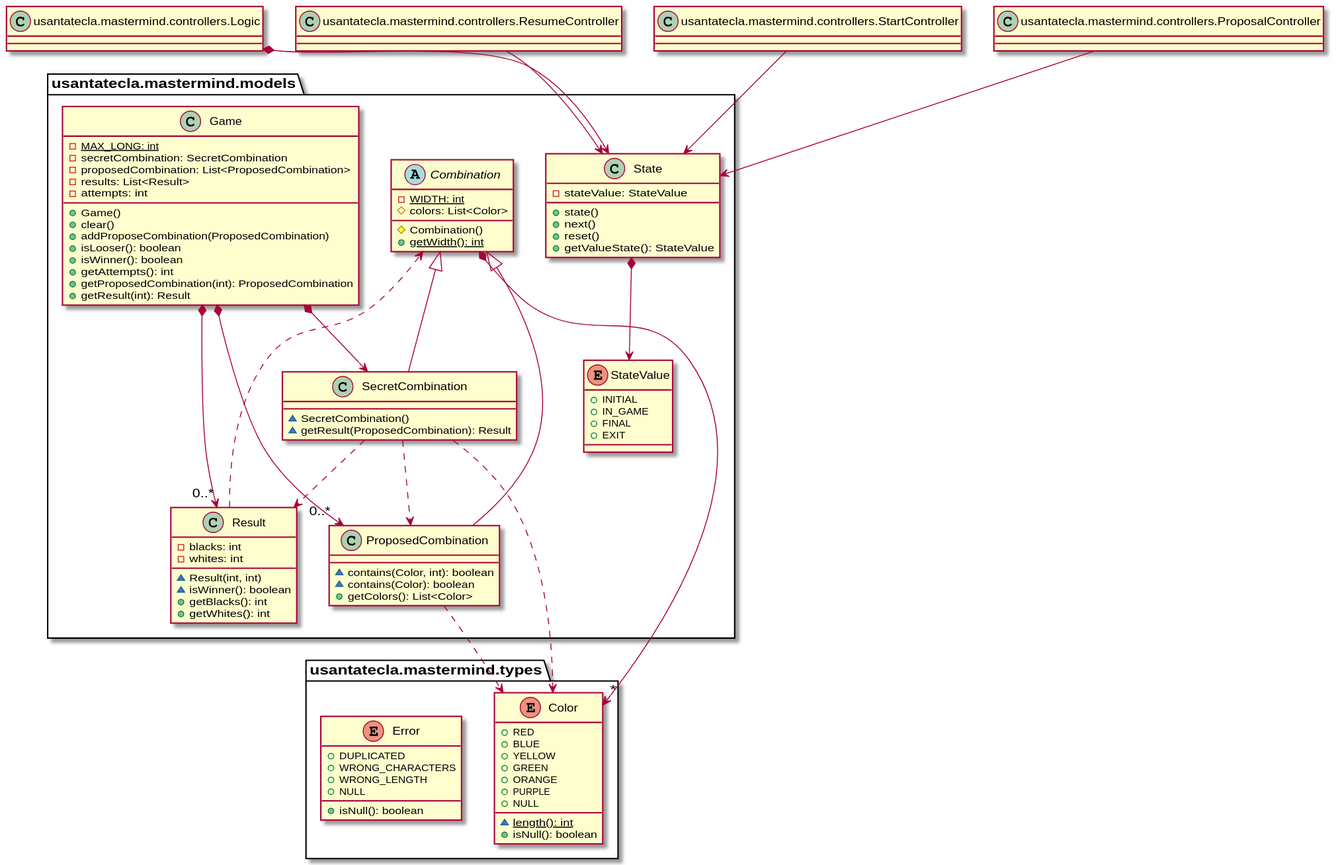
Above: modelViewPresenter/presentationModel/withoutDoubleDispatching/docs/diagrams/out/paquetes/usantatecla.mastermind.models.svg in SantaTecla-mastermind/solution.java.swing.socket.sql (PlantUML), before the change. Source of this version:
```plantuml
@startuml
class Logic as "usantatecla.mastermind.controllers.Logic" {


}

class ResumeController as "usantatecla.mastermind.controllers.ResumeController" {


}

class StartController as "usantatecla.mastermind.controllers.StartController" {


}

class ProposalController as "usantatecla.mastermind.controllers.ProposalController" {


}

class usantatecla.mastermind.models.State {
    - stateValue: StateValue
    + state()
    + next()
    + reset()
    + getValueState(): StateValue
}

enum usantatecla.mastermind.models.StateValue {
    + INITIAL
    + IN_GAME
    + FINAL
    + EXIT
}

abstract class usantatecla.mastermind.models.Combination {
- {static} WIDTH: int
# colors: List<Color>
# Combination()
+ {static} getWidth(): int
}
usantatecla.mastermind.models.Combination *-down-> "*" usantatecla.mastermind.types.Color
usantatecla.mastermind.models.State *-down-> usantatecla.mastermind.models.StateValue
Logic *-down-> usantatecla.mastermind.models.State
ProposalController -down-> usantatecla.mastermind.models.State
ResumeController -down-> usantatecla.mastermind.models.State
StartController -down-> usantatecla.mastermind.models.State

class usantatecla.mastermind.models.Game {
- {static} MAX_LONG: int
- secretCombination: SecretCombination
- proposedCombination: List<ProposedCombination>
- results: List<Result>
- attempts: int
+ Game()
+ clear()
+ addProposeCombination(ProposedCombination)
+ isLooser(): boolean
+ isWinner(): boolean
+ getAttempts(): int
+ getProposedCombination(int): ProposedCombination
+ getResult(int): Result
}
usantatecla.mastermind.models.Game *-down-> usantatecla.mastermind.models.SecretCombination
usantatecla.mastermind.models.Game *-down-> "0..*" usantatecla.mastermind.models.Result
usantatecla.mastermind.models.Game *-down-> "0..*" usantatecla.mastermind.models.ProposedCombination

class usantatecla.mastermind.models.ProposedCombination {
~ contains(Color, int): boolean
~ contains(Color): boolean
+ getColors(): List<Color>
}
usantatecla.mastermind.models.Combination <|-down- usantatecla.mastermind.models.ProposedCombination
usantatecla.mastermind.models.ProposedCombination ..> usantatecla.mastermind.types.Color

class usantatecla.mastermind.models.SecretCombination {
~ SecretCombination()
~ getResult(ProposedCombination): Result
}
usantatecla.mastermind.models.Combination <|-down- usantatecla.mastermind.models.SecretCombination
usantatecla.mastermind.models.SecretCombination ..> usantatecla.mastermind.models.Result
usantatecla.mastermind.models.SecretCombination ..> usantatecla.mastermind.models.ProposedCombination
usantatecla.mastermind.models.SecretCombination ..> usantatecla.mastermind.types.Color

class usantatecla.mastermind.models.Result {
- blacks: int
- whites: int
~ Result(int, int)
~ isWinner(): boolean
+ getBlacks(): int
+ getWhites(): int
}

usantatecla.mastermind.models.Result -down..> usantatecla.mastermind.models.Combination

enum usantatecla.mastermind.types.Color {
+ RED
+ BLUE
+ YELLOW
+ GREEN
+ ORANGE
+ PURPLE
+ NULL
~ {static} length(): int
+ isNull(): boolean
}

enum usantatecla.mastermind.types.Error {
+ DUPLICATED
+ WRONG_CHARACTERS
+ WRONG_LENGTH
+ NULL
+ isNull(): boolean
}
@enduml
```
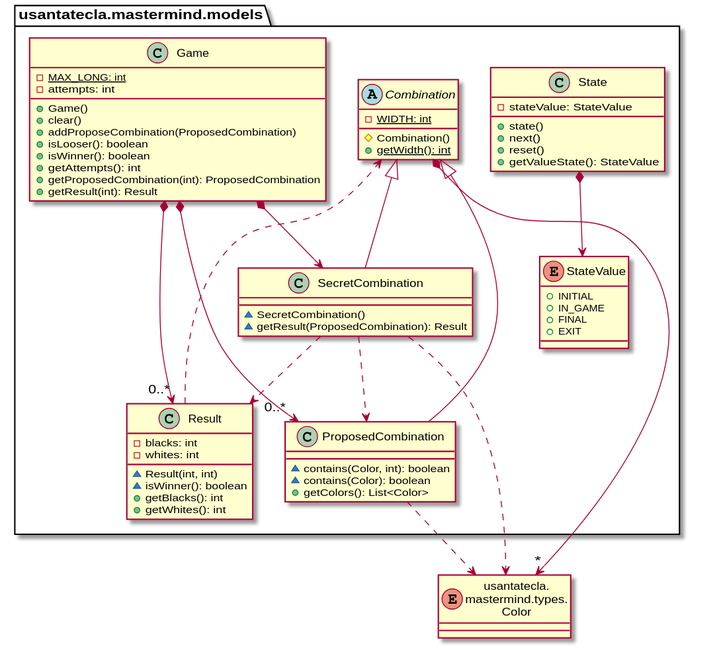
Later version of the same file.

The edit, as a diff of the source:
```diff
@@ -1,23 +1,5 @@
 @startuml
-class Logic as "usantatecla.mastermind.controllers.Logic" {
-
-
-}
-
-class ResumeController as "usantatecla.mastermind.controllers.ResumeController" {
-
-
-}
-
-class StartController as "usantatecla.mastermind.controllers.StartController" {
-
-
-}
-
-class ProposalController as "usantatecla.mastermind.controllers.ProposalController" {
-
-
-}
+enum Color as "usantatecla.\nmastermind.types.\nColor"
 
 class usantatecla.mastermind.models.State {
     - stateValue: StateValue
@@ -26,6 +8,7 @@
     + reset()
     + getValueState(): StateValue
 }
+usantatecla.mastermind.models.State *-down-> usantatecla.mastermind.models.StateValue
 
 enum usantatecla.mastermind.models.StateValue {
     + INITIAL
@@ -35,82 +18,52 @@
 }
 
 abstract class usantatecla.mastermind.models.Combination {
-- {static} WIDTH: int
-# colors: List<Color>
-# Combination()
-+ {static} getWidth(): int
+    - {static} WIDTH: int
+    # Combination()
+    + {static} getWidth(): int
 }
-usantatecla.mastermind.models.Combination *-down-> "*" usantatecla.mastermind.types.Color
-usantatecla.mastermind.models.State *-down-> usantatecla.mastermind.models.StateValue
-Logic *-down-> usantatecla.mastermind.models.State
-ProposalController -down-> usantatecla.mastermind.models.State
-ResumeController -down-> usantatecla.mastermind.models.State
-StartController -down-> usantatecla.mastermind.models.State
+usantatecla.mastermind.models.Combination *-down-> "*" Color
 
 class usantatecla.mastermind.models.Game {
-- {static} MAX_LONG: int
-- secretCombination: SecretCombination
-- proposedCombination: List<ProposedCombination>
-- results: List<Result>
-- attempts: int
-+ Game()
-+ clear()
-+ addProposeCombination(ProposedCombination)
-+ isLooser(): boolean
-+ isWinner(): boolean
-+ getAttempts(): int
-+ getProposedCombination(int): ProposedCombination
-+ getResult(int): Result
+    - {static} MAX_LONG: int
+    - attempts: int
+    + Game()
+    + clear()
+    + addProposeCombination(ProposedCombination)
+    + isLooser(): boolean
+    + isWinner(): boolean
+    + getAttempts(): int
+    + getProposedCombination(int): ProposedCombination
+    + getResult(int): Result
 }
 usantatecla.mastermind.models.Game *-down-> usantatecla.mastermind.models.SecretCombination
 usantatecla.mastermind.models.Game *-down-> "0..*" usantatecla.mastermind.models.Result
 usantatecla.mastermind.models.Game *-down-> "0..*" usantatecla.mastermind.models.ProposedCombination
 
 class usantatecla.mastermind.models.ProposedCombination {
-~ contains(Color, int): boolean
-~ contains(Color): boolean
-+ getColors(): List<Color>
+    ~ contains(Color, int): boolean
+    ~ contains(Color): boolean
+    + getColors(): List<Color>
 }
 usantatecla.mastermind.models.Combination <|-down- usantatecla.mastermind.models.ProposedCombination
-usantatecla.mastermind.models.ProposedCombination ..> usantatecla.mastermind.types.Color
+usantatecla.mastermind.models.ProposedCombination .down.> Color
 
 class usantatecla.mastermind.models.SecretCombination {
-~ SecretCombination()
-~ getResult(ProposedCombination): Result
+    ~ SecretCombination()
+    ~ getResult(ProposedCombination): Result
 }
 usantatecla.mastermind.models.Combination <|-down- usantatecla.mastermind.models.SecretCombination
-usantatecla.mastermind.models.SecretCombination ..> usantatecla.mastermind.models.Result
-usantatecla.mastermind.models.SecretCombination ..> usantatecla.mastermind.models.ProposedCombination
-usantatecla.mastermind.models.SecretCombination ..> usantatecla.mastermind.types.Color
+usantatecla.mastermind.models.SecretCombination .down.> usantatecla.mastermind.models.Result
+usantatecla.mastermind.models.SecretCombination .down.> usantatecla.mastermind.models.ProposedCombination
+usantatecla.mastermind.models.SecretCombination .down.> Color
 
 class usantatecla.mastermind.models.Result {
-- blacks: int
-- whites: int
-~ Result(int, int)
-~ isWinner(): boolean
-+ getBlacks(): int
-+ getWhites(): int
+    - blacks: int
+    - whites: int
+    ~ Result(int, int)
+    ~ isWinner(): boolean
+    + getBlacks(): int
+    + getWhites(): int
 }
-
-usantatecla.mastermind.models.Result -down..> usantatecla.mastermind.models.Combination
-
-enum usantatecla.mastermind.types.Color {
-+ RED
-+ BLUE
-+ YELLOW
-+ GREEN
-+ ORANGE
-+ PURPLE
-+ NULL
-~ {static} length(): int
-+ isNull(): boolean
-}
-
-enum usantatecla.mastermind.types.Error {
-+ DUPLICATED
-+ WRONG_CHARACTERS
-+ WRONG_LENGTH
-+ NULL
-+ isNull(): boolean
-}
+usantatecla.mastermind.models.Result .down.> usantatecla.mastermind.models.Combination
 @enduml
```
